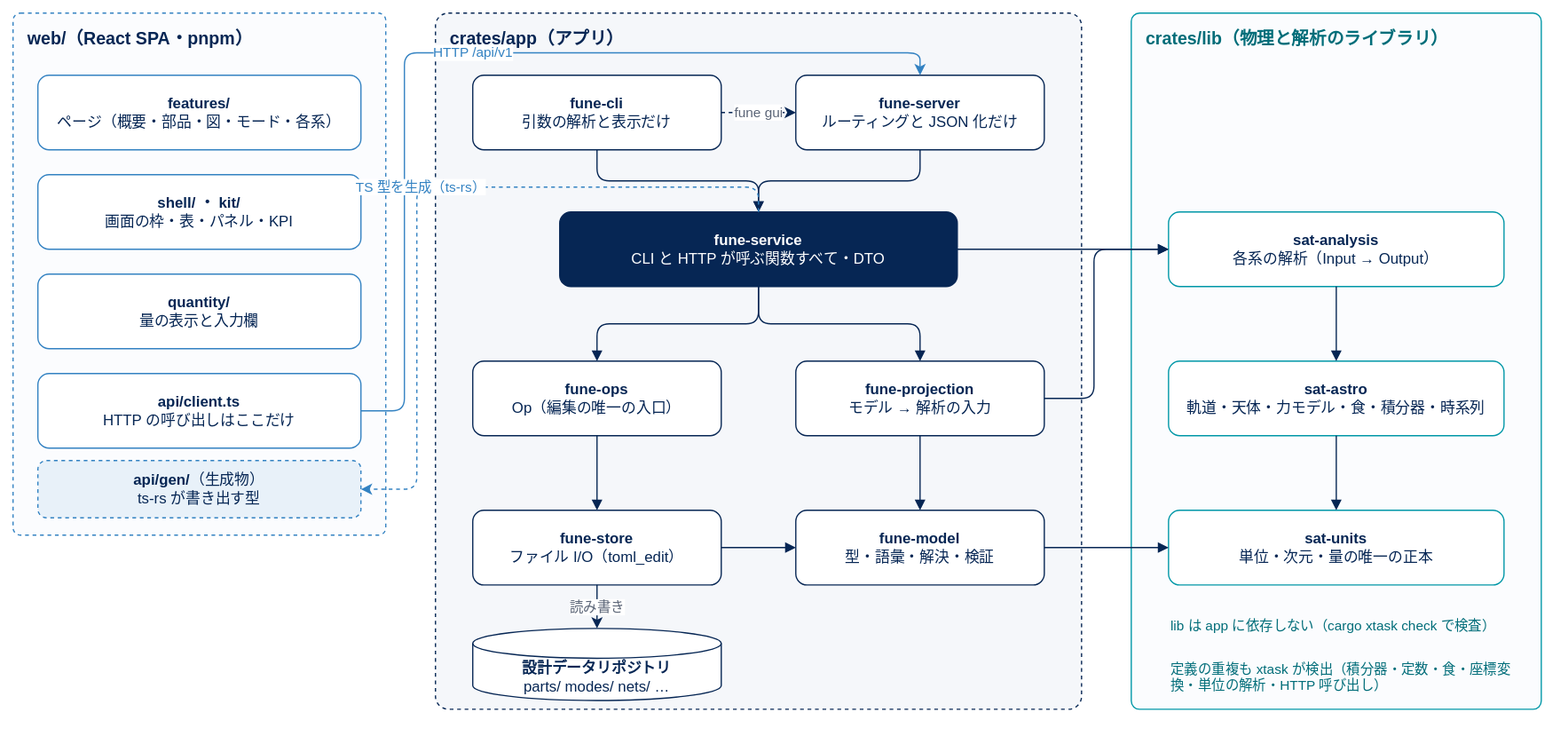
Above: docs/diagrams/crate-architecture.drawio.svg in akira-nkjm/iwafune (draw.io), before the change. Source tidied: cells renumbered, new cells last; positions are measured from the earlier drawing's top-left corner, leaving out a move shared by most shapes.
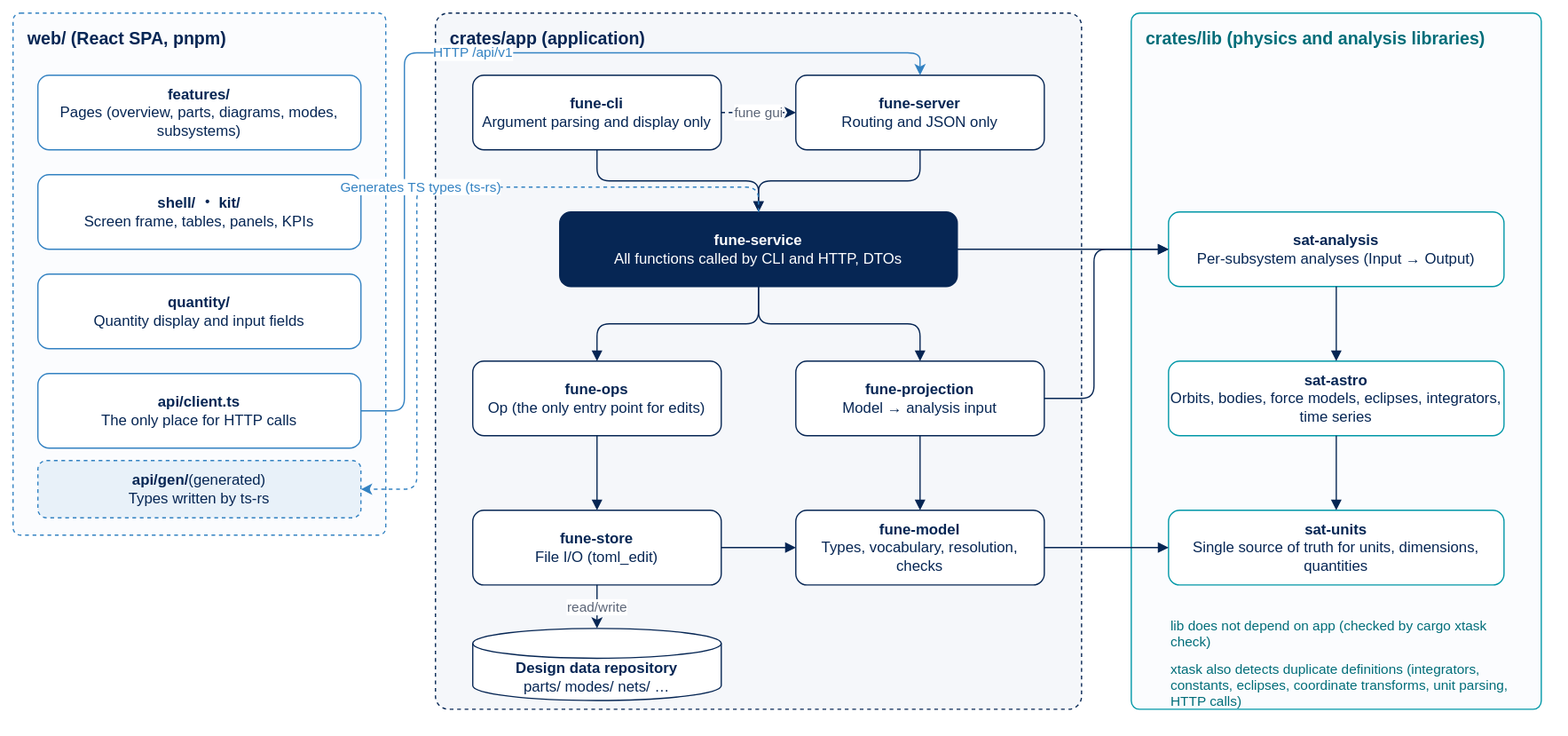
The same diagram one commit later.

Commit message:
Translate the registry and the crate diagram into English (#218)

Rows, their order, section numbers and the code spans that name code are
unchanged; only placeholders inside code spans are translated.

Change to the diagram source:
```diff
@@ -2,67 +2,67 @@
   <root>
     <mxCell id="0" />
     <mxCell id="1" parent="0" />
-    <mxCell id="2" value="web/（React SPA・pnpm）" style="rounded=1;arcSize=2;whiteSpace=wrap;html=1;dashed=1;fillColor=#fbfcfe;strokeColor=#3382c2;verticalAlign=top;align=left;spacingLeft=10;spacingTop=6;fontStyle=1;fontColor=#062654;fontSize=14;" parent="1" vertex="1">
+    <mxCell id="2" value="web/ (React SPA, pnpm)" style="rounded=1;arcSize=2;whiteSpace=wrap;html=1;dashed=1;fillColor=#fbfcfe;strokeColor=#3382c2;verticalAlign=top;align=left;spacingLeft=10;spacingTop=6;fontStyle=1;fontColor=#062654;fontSize=14;" parent="1" vertex="1">
       <mxGeometry width="300" height="420" as="geometry" />
     </mxCell>
-    <mxCell id="3" value="crates/app（アプリ）" style="rounded=1;arcSize=2;whiteSpace=wrap;html=1;dashed=1;fillColor=#f5f7fa;strokeColor=#062654;verticalAlign=top;align=left;spacingLeft=10;spacingTop=6;fontStyle=1;fontColor=#062654;fontSize=14;" parent="1" vertex="1">
+    <mxCell id="3" value="crates/app (application)" style="rounded=1;arcSize=2;whiteSpace=wrap;html=1;dashed=1;fillColor=#f5f7fa;strokeColor=#062654;verticalAlign=top;align=left;spacingLeft=10;spacingTop=6;fontStyle=1;fontColor=#062654;fontSize=14;" parent="1" vertex="1">
       <mxGeometry x="340" width="520" height="560" as="geometry" />
     </mxCell>
-    <mxCell id="4" value="crates/lib（物理と解析のライブラリ）" style="rounded=1;arcSize=2;whiteSpace=wrap;html=1;dashed=0;fillColor=#fbfcfe;strokeColor=#0097a7;verticalAlign=top;align=left;spacingLeft=10;spacingTop=6;fontStyle=1;fontColor=#006d79;fontSize=14;" parent="1" vertex="1">
+    <mxCell id="4" value="crates/lib (physics and analysis libraries)" style="rounded=1;arcSize=2;whiteSpace=wrap;html=1;dashed=0;fillColor=#fbfcfe;strokeColor=#0097a7;verticalAlign=top;align=left;spacingLeft=10;spacingTop=6;fontStyle=1;fontColor=#006d79;fontSize=14;" parent="1" vertex="1">
       <mxGeometry x="900" width="330" height="560" as="geometry" />
     </mxCell>
-    <mxCell id="5" value="&lt;b&gt;features/&lt;/b&gt;&lt;br&gt;ページ（概要・部品・図・モード・各系）" style="rounded=1;whiteSpace=wrap;html=1;fillColor=#ffffff;strokeColor=#3382c2;fontColor=#062654;fontSize=12;" parent="1" vertex="1">
+    <mxCell id="5" value="&lt;b&gt;features/&lt;/b&gt;&lt;br&gt;Pages (overview, parts, diagrams, modes, subsystems)" style="rounded=1;whiteSpace=wrap;html=1;fillColor=#ffffff;strokeColor=#3382c2;fontColor=#062654;fontSize=12;" parent="1" vertex="1">
       <mxGeometry x="20" y="50" width="260" height="60" as="geometry" />
     </mxCell>
-    <mxCell id="6" value="&lt;b&gt;shell/ ・ kit/&lt;/b&gt;&lt;br&gt;画面の枠・表・パネル・KPI" style="rounded=1;whiteSpace=wrap;html=1;fillColor=#ffffff;strokeColor=#3382c2;fontColor=#062654;fontSize=12;" parent="1" vertex="1">
+    <mxCell id="6" value="&lt;b&gt;shell/ ・ kit/&lt;/b&gt;&lt;br&gt;Screen frame, tables, panels, KPIs" style="rounded=1;whiteSpace=wrap;html=1;fillColor=#ffffff;strokeColor=#3382c2;fontColor=#062654;fontSize=12;" parent="1" vertex="1">
       <mxGeometry x="20" y="130" width="260" height="60" as="geometry" />
     </mxCell>
-    <mxCell id="7" value="&lt;b&gt;quantity/&lt;/b&gt;&lt;br&gt;量の表示と入力欄" style="rounded=1;whiteSpace=wrap;html=1;fillColor=#ffffff;strokeColor=#3382c2;fontColor=#062654;fontSize=12;" parent="1" vertex="1">
+    <mxCell id="7" value="&lt;b&gt;quantity/&lt;/b&gt;&lt;br&gt;Quantity display and input fields" style="rounded=1;whiteSpace=wrap;html=1;fillColor=#ffffff;strokeColor=#3382c2;fontColor=#062654;fontSize=12;" parent="1" vertex="1">
       <mxGeometry x="20" y="210" width="260" height="60" as="geometry" />
     </mxCell>
-    <mxCell id="8" value="&lt;b&gt;api/client.ts&lt;/b&gt;&lt;br&gt;HTTP の呼び出しはここだけ" style="rounded=1;whiteSpace=wrap;html=1;fillColor=#ffffff;strokeColor=#3382c2;fontColor=#062654;fontSize=12;" parent="1" vertex="1">
+    <mxCell id="8" value="&lt;b&gt;api/client.ts&lt;/b&gt;&lt;br&gt;The only place for HTTP calls" style="rounded=1;whiteSpace=wrap;html=1;fillColor=#ffffff;strokeColor=#3382c2;fontColor=#062654;fontSize=12;" parent="1" vertex="1">
       <mxGeometry x="20" y="290" width="260" height="60" as="geometry" />
     </mxCell>
-    <mxCell id="9" value="&lt;b&gt;api/gen/&lt;/b&gt;（生成物）&lt;br&gt;ts-rs が書き出す型" style="rounded=1;whiteSpace=wrap;html=1;fillColor=#e8f1f9;strokeColor=#3382c2;fontColor=#062654;fontSize=12;dashed=1;" parent="1" vertex="1">
+    <mxCell id="9" value="&lt;b&gt;api/gen/&lt;/b&gt;(generated)&lt;br&gt;Types written by ts-rs" style="rounded=1;whiteSpace=wrap;html=1;fillColor=#e8f1f9;strokeColor=#3382c2;fontColor=#062654;fontSize=12;dashed=1;" parent="1" vertex="1">
       <mxGeometry x="20" y="360" width="260" height="46" as="geometry" />
     </mxCell>
-    <mxCell id="10" value="&lt;b&gt;fune-cli&lt;/b&gt;&lt;br&gt;引数の解析と表示だけ" style="rounded=1;whiteSpace=wrap;html=1;fillColor=#ffffff;strokeColor=#062654;fontColor=#062654;fontSize=12;" parent="1" vertex="1">
+    <mxCell id="10" value="&lt;b&gt;fune-cli&lt;/b&gt;&lt;br&gt;Argument parsing and display only" style="rounded=1;whiteSpace=wrap;html=1;fillColor=#ffffff;strokeColor=#062654;fontColor=#062654;fontSize=12;" parent="1" vertex="1">
       <mxGeometry x="370" y="50" width="200" height="60" as="geometry" />
     </mxCell>
-    <mxCell id="11" value="&lt;b&gt;fune-server&lt;/b&gt;&lt;br&gt;ルーティングと JSON 化だけ" style="rounded=1;whiteSpace=wrap;html=1;fillColor=#ffffff;strokeColor=#062654;fontColor=#062654;fontSize=12;" parent="1" vertex="1">
+    <mxCell id="11" value="&lt;b&gt;fune-server&lt;/b&gt;&lt;br&gt;Routing and JSON only" style="rounded=1;whiteSpace=wrap;html=1;fillColor=#ffffff;strokeColor=#062654;fontColor=#062654;fontSize=12;" parent="1" vertex="1">
       <mxGeometry x="630" y="50" width="200" height="60" as="geometry" />
     </mxCell>
-    <mxCell id="12" value="&lt;b&gt;fune-service&lt;/b&gt;&lt;br&gt;CLI と HTTP が呼ぶ関数すべて・DTO" style="rounded=1;whiteSpace=wrap;html=1;fillColor=#062654;strokeColor=#062654;fontColor=#ffffff;fontSize=12;" parent="1" vertex="1">
+    <mxCell id="12" value="&lt;b&gt;fune-service&lt;/b&gt;&lt;br&gt;All functions called by CLI and HTTP, DTOs" style="rounded=1;whiteSpace=wrap;html=1;fillColor=#062654;strokeColor=#062654;fontColor=#ffffff;fontSize=12;" parent="1" vertex="1">
       <mxGeometry x="440" y="160" width="320" height="60" as="geometry" />
     </mxCell>
-    <mxCell id="13" value="&lt;b&gt;fune-ops&lt;/b&gt;&lt;br&gt;Op（編集の唯一の入口）" style="rounded=1;whiteSpace=wrap;html=1;fillColor=#ffffff;strokeColor=#062654;fontColor=#062654;fontSize=12;" parent="1" vertex="1">
+    <mxCell id="13" value="&lt;b&gt;fune-ops&lt;/b&gt;&lt;br&gt;Op (the only entry point for edits)" style="rounded=1;whiteSpace=wrap;html=1;fillColor=#ffffff;strokeColor=#062654;fontColor=#062654;fontSize=12;" parent="1" vertex="1">
       <mxGeometry x="370" y="280" width="200" height="60" as="geometry" />
     </mxCell>
-    <mxCell id="14" value="&lt;b&gt;fune-projection&lt;/b&gt;&lt;br&gt;モデル → 解析の入力" style="rounded=1;whiteSpace=wrap;html=1;fillColor=#ffffff;strokeColor=#062654;fontColor=#062654;fontSize=12;" parent="1" vertex="1">
+    <mxCell id="14" value="&lt;b&gt;fune-projection&lt;/b&gt;&lt;br&gt;Model → analysis input" style="rounded=1;whiteSpace=wrap;html=1;fillColor=#ffffff;strokeColor=#062654;fontColor=#062654;fontSize=12;" parent="1" vertex="1">
       <mxGeometry x="630" y="280" width="200" height="60" as="geometry" />
     </mxCell>
-    <mxCell id="15" value="&lt;b&gt;fune-store&lt;/b&gt;&lt;br&gt;ファイル I/O（toml_edit）" style="rounded=1;whiteSpace=wrap;html=1;fillColor=#ffffff;strokeColor=#062654;fontColor=#062654;fontSize=12;" parent="1" vertex="1">
+    <mxCell id="15" value="&lt;b&gt;fune-store&lt;/b&gt;&lt;br&gt;File I/O (toml_edit)" style="rounded=1;whiteSpace=wrap;html=1;fillColor=#ffffff;strokeColor=#062654;fontColor=#062654;fontSize=12;" parent="1" vertex="1">
       <mxGeometry x="370" y="400" width="200" height="60" as="geometry" />
     </mxCell>
-    <mxCell id="16" value="&lt;b&gt;fune-model&lt;/b&gt;&lt;br&gt;型・語彙・解決・検証" style="rounded=1;whiteSpace=wrap;html=1;fillColor=#ffffff;strokeColor=#062654;fontColor=#062654;fontSize=12;" parent="1" vertex="1">
+    <mxCell id="16" value="&lt;b&gt;fune-model&lt;/b&gt;&lt;br&gt;Types, vocabulary, resolution, checks" style="rounded=1;whiteSpace=wrap;html=1;fillColor=#ffffff;strokeColor=#062654;fontColor=#062654;fontSize=12;" parent="1" vertex="1">
       <mxGeometry x="630" y="400" width="200" height="60" as="geometry" />
     </mxCell>
-    <mxCell id="17" value="&lt;b&gt;sat-analysis&lt;/b&gt;&lt;br&gt;各系の解析（Input → Output）" style="rounded=1;whiteSpace=wrap;html=1;fillColor=#ffffff;strokeColor=#0097a7;fontColor=#062654;fontSize=12;" parent="1" vertex="1">
+    <mxCell id="17" value="&lt;b&gt;sat-analysis&lt;/b&gt;&lt;br&gt;Per-subsystem analyses (Input → Output)" style="rounded=1;whiteSpace=wrap;html=1;fillColor=#ffffff;strokeColor=#0097a7;fontColor=#062654;fontSize=12;" parent="1" vertex="1">
       <mxGeometry x="930" y="160" width="270" height="60" as="geometry" />
     </mxCell>
-    <mxCell id="18" value="&lt;b&gt;sat-astro&lt;/b&gt;&lt;br&gt;軌道・天体・力モデル・食・積分器・時系列" style="rounded=1;whiteSpace=wrap;html=1;fillColor=#ffffff;strokeColor=#0097a7;fontColor=#062654;fontSize=12;" parent="1" vertex="1">
+    <mxCell id="18" value="&lt;b&gt;sat-astro&lt;/b&gt;&lt;br&gt;Orbits, bodies, force models, eclipses, integrators, time series" style="rounded=1;whiteSpace=wrap;html=1;fillColor=#ffffff;strokeColor=#0097a7;fontColor=#062654;fontSize=12;" parent="1" vertex="1">
       <mxGeometry x="930" y="280" width="270" height="60" as="geometry" />
     </mxCell>
-    <mxCell id="19" value="&lt;b&gt;sat-units&lt;/b&gt;&lt;br&gt;単位・次元・量の唯一の正本" style="rounded=1;whiteSpace=wrap;html=1;fillColor=#ffffff;strokeColor=#0097a7;fontColor=#062654;fontSize=12;" parent="1" vertex="1">
+    <mxCell id="19" value="&lt;b&gt;sat-units&lt;/b&gt;&lt;br&gt;Single source of truth for units, dimensions, quantities" style="rounded=1;whiteSpace=wrap;html=1;fillColor=#ffffff;strokeColor=#0097a7;fontColor=#062654;fontSize=12;" parent="1" vertex="1">
       <mxGeometry x="930" y="400" width="270" height="60" as="geometry" />
     </mxCell>
-    <mxCell id="20" value="&lt;b&gt;設計データリポジトリ&lt;/b&gt;&lt;br&gt;parts/ modes/ nets/ …" style="shape=cylinder3;whiteSpace=wrap;html=1;boundedLbl=1;size=12;fillColor=#ffffff;strokeColor=#062654;fontColor=#062654;" parent="1" vertex="1">
+    <mxCell id="20" value="&lt;b&gt;Design data repository&lt;/b&gt;&lt;br&gt;parts/ modes/ nets/ …" style="shape=cylinder3;whiteSpace=wrap;html=1;boundedLbl=1;size=12;fillColor=#ffffff;strokeColor=#062654;fontColor=#062654;" parent="1" vertex="1">
       <mxGeometry x="370" y="495" width="200" height="58" as="geometry" />
     </mxCell>
-    <mxCell id="21" value="lib は app に依存しない（cargo xtask check で検査）" style="text;html=1;whiteSpace=wrap;fontSize=11;fontColor=#006d79;" parent="1" vertex="1">
+    <mxCell id="21" value="lib does not depend on app (checked by cargo xtask check)" style="text;html=1;whiteSpace=wrap;fontSize=11;fontColor=#006d79;" parent="1" vertex="1">
       <mxGeometry x="930" y="480" width="270" height="40" as="geometry" />
     </mxCell>
-    <mxCell id="22" value="定義の重複も xtask が検出（積分器・定数・食・座標変換・単位の解析・HTTP 呼び出し）" style="text;html=1;whiteSpace=wrap;fontSize=11;fontColor=#006d79;" parent="1" vertex="1">
+    <mxCell id="22" value="xtask also detects duplicate definitions (integrators, constants, eclipses, coordinate transforms, unit parsing, HTTP calls)" style="text;html=1;whiteSpace=wrap;fontSize=11;fontColor=#006d79;" parent="1" vertex="1">
       <mxGeometry x="930" y="515" width="280" height="40" as="geometry" />
     </mxCell>
     <mxCell id="23" value="HTTP /api/v1" style="edgeStyle=orthogonalEdgeStyle;html=1;fontSize=11;strokeColor=#3382c2;fontColor=#3382c2;entryX=0.5;entryY=0;" parent="1" edge="1" source="8" target="11">
@@ -115,10 +115,10 @@
     <mxCell id="35" style="edgeStyle=orthogonalEdgeStyle;html=1;fontSize=11;strokeColor=#062654;fontColor=#5b6577;endArrow=block;endFill=1;" parent="1" edge="1" source="16" target="19">
       <mxGeometry relative="1" as="geometry" />
     </mxCell>
-    <mxCell id="36" value="読み書き" style="edgeStyle=orthogonalEdgeStyle;html=1;fontSize=11;strokeColor=#062654;fontColor=#5b6577;" parent="1" edge="1" source="15" target="20">
+    <mxCell id="36" value="read/write" style="edgeStyle=orthogonalEdgeStyle;html=1;fontSize=11;strokeColor=#062654;fontColor=#5b6577;" parent="1" edge="1" source="15" target="20">
       <mxGeometry relative="1" as="geometry" />
     </mxCell>
-    <mxCell id="37" value="TS 型を生成（ts-rs）" style="edgeStyle=orthogonalEdgeStyle;html=1;fontSize=11;strokeColor=#3382c2;fontColor=#3382c2;dashed=1;" parent="1" edge="1" source="12" target="9">
+    <mxCell id="37" value="Generates TS types (ts-rs)" style="edgeStyle=orthogonalEdgeStyle;html=1;fontSize=11;strokeColor=#3382c2;fontColor=#3382c2;dashed=1;" parent="1" edge="1" source="12" target="9">
       <mxGeometry relative="1" as="geometry">
         <Array as="points">
           <mxPoint x="600" y="140" />
```
